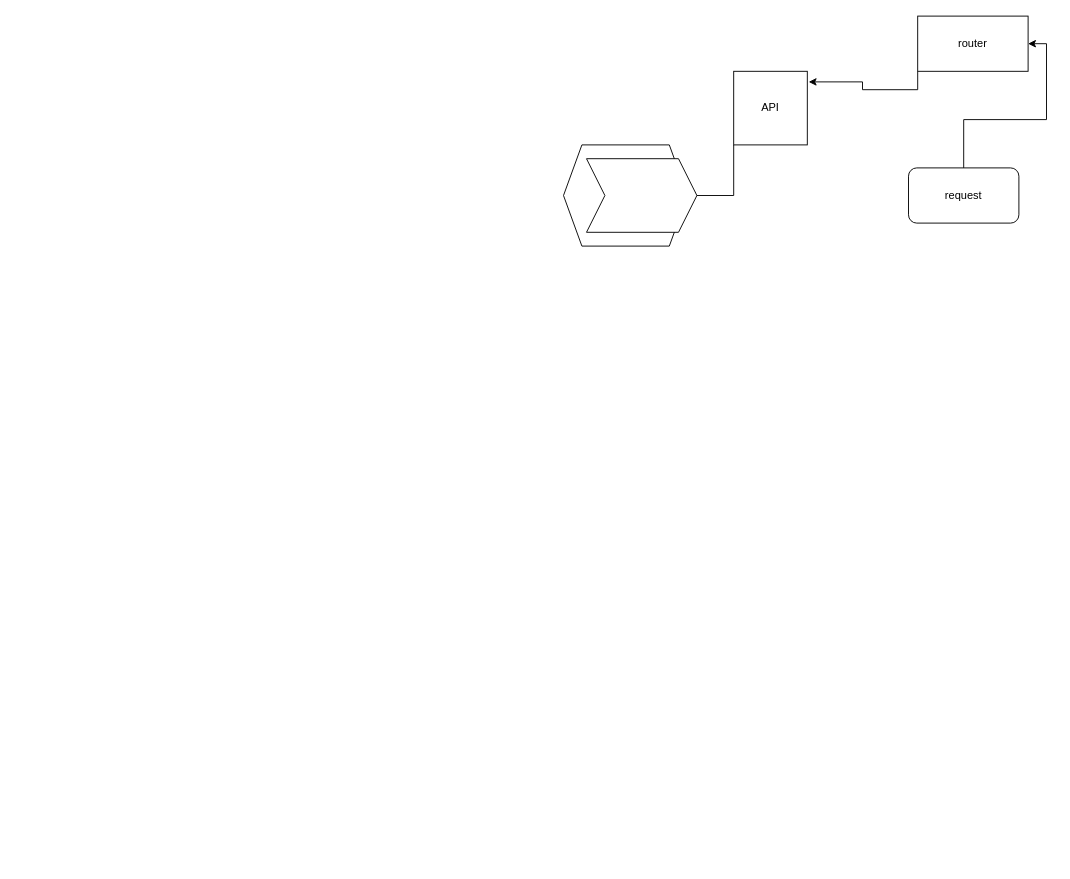
This is Untitled Diagram.drawio from ThisaraWeerakoon/synapse-go, a draw.io file, before an edit. Source tidied: cells renumbered, new cells numbered last; positions are measured from the earlier drawing's top-left corner, leaving out a move shared by most shapes. Both pictures are drawn from the tidied source at 92%, with x=0, y=0 at pixel (563, 16).
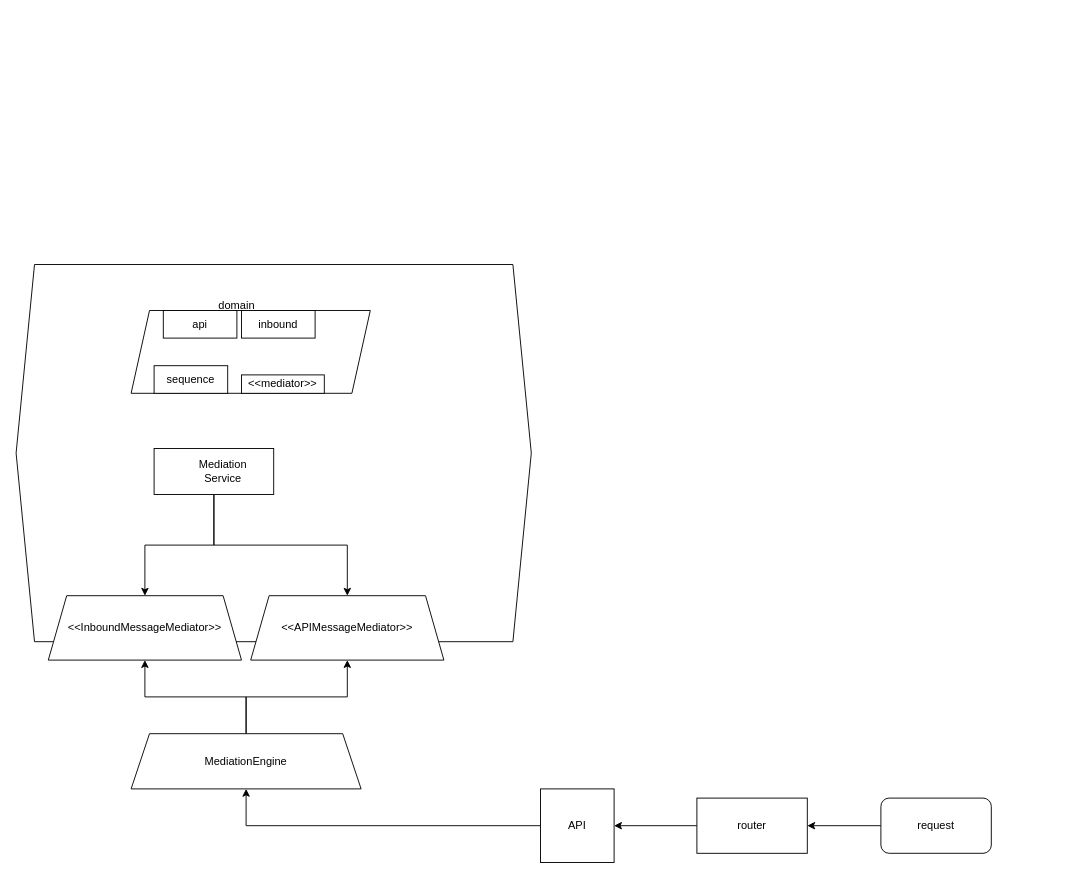
Above is the later version.

Commit message:
Included mediation service and api design to Diagram.drawio

Change to the diagram source:
```diff
@@
     <mxCell id="2" style="shape=hexagon;perimeter=hexagonPerimeter2;whiteSpace=wrap;html=1;fixedSize=1;" parent="1" vertex="1">
-      <mxGeometry y="140" width="135" height="110" as="geometry" />
+      <mxGeometry x="-595" y="270" width="560" height="410" as="geometry" />
     </mxCell>
+    <mxCell id="10" style="shape=parallelogram;perimeter=parallelogramPerimeter;whiteSpace=wrap;html=1;fixedSize=1;" parent="1" vertex="1">
+      <mxGeometry x="-470" y="320" width="260" height="90" as="geometry" />
+    </mxCell>
+    <mxCell id="6" style="edgeStyle=orthogonalEdgeStyle;rounded=0;jettySize=auto;html=1;entryX=1;entryY=0.5;entryDx=0;entryDy=0;" parent="1" edge="1" source="3" target="5">
+      <mxGeometry relative="1" as="geometry" />
+    </mxCell>
     <mxCell id="3" value="router" style="rounded=0;whiteSpace=wrap;html=1;" parent="1" vertex="1">
-      <mxGeometry x="385" width="120" height="60" as="geometry" />
+      <mxGeometry x="145" y="850" width="120" height="60" as="geometry" />
     </mxCell>
-    <mxCell id="4" style="edgeStyle=orthogonalEdgeStyle;rounded=0;jettySize=auto;html=1;exitX=0;exitY=1;exitDx=0;exitDy=0;entryX=1;entryY=0.5;entryDx=0;entryDy=0;" parent="1" edge="1" source="5" target="2">
-      <mxGeometry relative="1" as="geometry" />
-    </mxCell>
+    <mxCell id="11" style="edgeStyle=orthogonalEdgeStyle;rounded=0;jettySize=auto;html=1;exitX=0;exitY=0.5;exitDx=0;exitDy=0;entryX=0.5;entryY=1;entryDx=0;entryDy=0;" parent="1" edge="1" source="5" target="25">
+      <mxGeometry relative="1" as="geometry" />
+    </mxCell>
     <mxCell id="5" value="API" style="whiteSpace=wrap;html=1;" parent="1" vertex="1">
-      <mxGeometry x="185" y="60" width="80" height="80" as="geometry" />
+      <mxGeometry x="-25" y="840" width="80" height="80" as="geometry" />
     </mxCell>
-    <mxCell id="6" style="edgeStyle=orthogonalEdgeStyle;rounded=0;jettySize=auto;html=1;exitX=0;exitY=1;exitDx=0;exitDy=0;entryX=1.019;entryY=0.144;entryDx=0;entryDy=0;entryPerimeter=0;" parent="1" edge="1" source="3" target="5">
-      <mxGeometry relative="1" as="geometry" />
-    </mxCell>
-    <mxCell id="7" style="edgeStyle=orthogonalEdgeStyle;rounded=0;jettySize=auto;html=1;exitX=0.5;exitY=0;exitDx=0;exitDy=0;entryX=1;entryY=0.5;entryDx=0;entryDy=0;" parent="1" edge="1" source="8" target="3">
+    <mxCell id="7" style="edgeStyle=orthogonalEdgeStyle;rounded=0;jettySize=auto;html=1;entryX=1;entryY=0.5;entryDx=0;entryDy=0;" parent="1" edge="1" source="8" target="3">
       <mxGeometry relative="1" as="geometry" />
     </mxCell>
     <mxCell id="8" value="request" style="rounded=1;whiteSpace=wrap;html=1;" parent="1" vertex="1">
-      <mxGeometry x="375" y="165" width="120" height="60" as="geometry" />
+      <mxGeometry x="345" y="850" width="120" height="60" as="geometry" />
     </mxCell>
-    <mxCell id="9" style="shape=step;perimeter=stepPerimeter;whiteSpace=wrap;html=1;fixedSize=1;" parent="1" vertex="1">
-      <mxGeometry x="25" y="155" width="120" height="80" as="geometry" />
-    </mxCell>
+    <mxCell id="12" value="api" style="rounded=0;whiteSpace=wrap;html=1;" parent="1" vertex="1">
+      <mxGeometry x="-435" y="320" width="80" height="30" as="geometry" />
+    </mxCell>
+    <mxCell id="13" value="inbound" style="rounded=0;whiteSpace=wrap;html=1;" parent="1" vertex="1">
+      <mxGeometry x="-350" y="320" width="80" height="30" as="geometry" />
+    </mxCell>
+    <mxCell id="14" value="sequence" style="rounded=0;whiteSpace=wrap;html=1;" parent="1" vertex="1">
+      <mxGeometry x="-445" y="380" width="80" height="30" as="geometry" />
+    </mxCell>
+    <mxCell id="15" value="&amp;lt;&amp;lt;mediator&amp;gt;&amp;gt;" style="rounded=0;whiteSpace=wrap;html=1;" parent="1" vertex="1">
+      <mxGeometry x="-350" y="390" width="90" height="20" as="geometry" />
+    </mxCell>
+    <mxCell id="16" value="domain" style="text;html=1;align=center;verticalAlign=middle;whiteSpace=wrap;rounded=0;" parent="1" vertex="1">
+      <mxGeometry x="-400" y="290" width="90" height="50" as="geometry" />
+    </mxCell>
+    <mxCell id="17" value="&amp;lt;&amp;lt;InboundMessageMediator&amp;gt;&amp;gt;" style="shape=trapezoid;perimeter=trapezoidPerimeter;whiteSpace=wrap;html=1;fixedSize=1;" parent="1" vertex="1">
+      <mxGeometry x="-560" y="630" width="210" height="70" as="geometry" />
+    </mxCell>
+    <mxCell id="18" style="edgeStyle=orthogonalEdgeStyle;rounded=0;jettySize=auto;html=1;" parent="1" edge="1" source="20" target="17">
+      <mxGeometry relative="1" as="geometry" />
+    </mxCell>
+    <mxCell id="19" style="edgeStyle=orthogonalEdgeStyle;rounded=0;jettySize=auto;html=1;exitX=0.5;exitY=1;exitDx=0;exitDy=0;entryX=0.5;entryY=0;entryDx=0;entryDy=0;" parent="1" edge="1" source="20" target="22">
+      <mxGeometry relative="1" as="geometry" />
+    </mxCell>
+    <mxCell id="20" style="rounded=0;whiteSpace=wrap;html=1;" parent="1" vertex="1">
+      <mxGeometry x="-445" y="470" width="130" height="50" as="geometry" />
+    </mxCell>
+    <mxCell id="21" value="Mediation Service" style="text;html=1;align=center;verticalAlign=middle;whiteSpace=wrap;rounded=0;" parent="1" vertex="1">
+      <mxGeometry x="-400" y="480" width="60" height="30" as="geometry" />
+    </mxCell>
+    <mxCell id="22" value="&amp;lt;&amp;lt;APIMessageMediator&amp;gt;&amp;gt;" style="shape=trapezoid;perimeter=trapezoidPerimeter;whiteSpace=wrap;html=1;fixedSize=1;" parent="1" vertex="1">
+      <mxGeometry x="-340" y="630" width="210" height="70" as="geometry" />
+    </mxCell>
+    <mxCell id="23" style="edgeStyle=orthogonalEdgeStyle;rounded=0;jettySize=auto;html=1;entryX=0.5;entryY=1;entryDx=0;entryDy=0;" parent="1" edge="1" source="25" target="17">
+      <mxGeometry relative="1" as="geometry" />
+    </mxCell>
+    <mxCell id="24" style="edgeStyle=orthogonalEdgeStyle;rounded=0;jettySize=auto;html=1;exitX=0.5;exitY=0;exitDx=0;exitDy=0;entryX=0.5;entryY=1;entryDx=0;entryDy=0;" parent="1" edge="1" source="25" target="22">
+      <mxGeometry relative="1" as="geometry" />
+    </mxCell>
+    <mxCell id="25" value="MediationEngine" style="shape=trapezoid;perimeter=trapezoidPerimeter;whiteSpace=wrap;html=1;fixedSize=1;" parent="1" vertex="1">
+      <mxGeometry x="-470" y="780" width="250" height="60" as="geometry" />
+    </mxCell>
```
